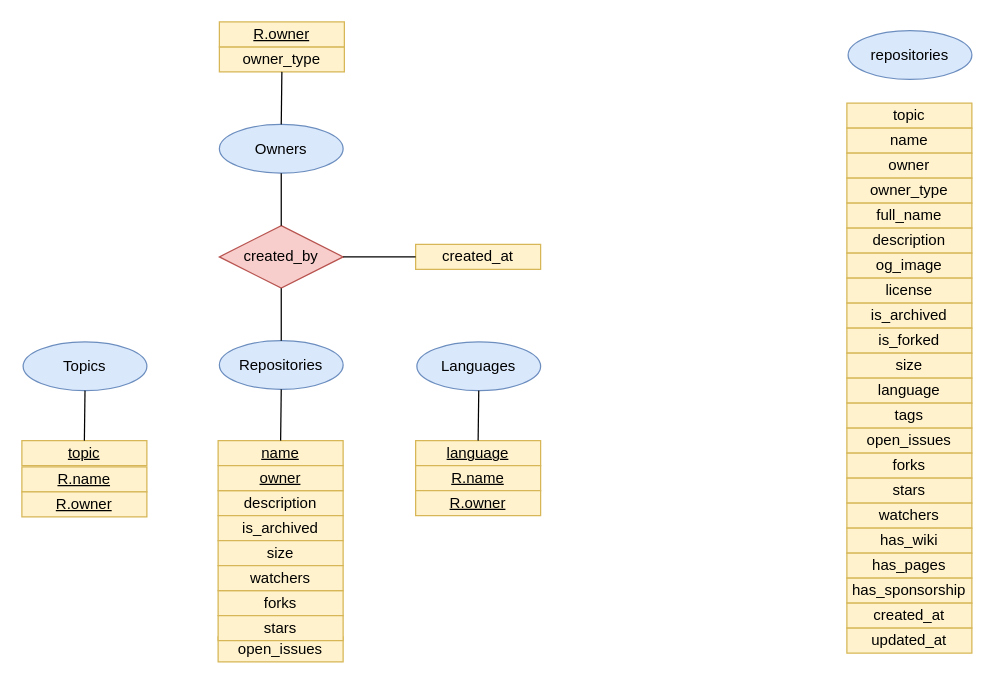
Before: er_model/ER.drawio in diegoalonso-sm/database-final-project, a draw.io diagram. Source tidied: cells renumbered, new cells numbered last; positions are measured from the earlier drawing's top-left corner, leaving out a move shared by most shapes. Both pictures are drawn from the tidied source at 125%, with x=0, y=0 at pixel (21, 21).
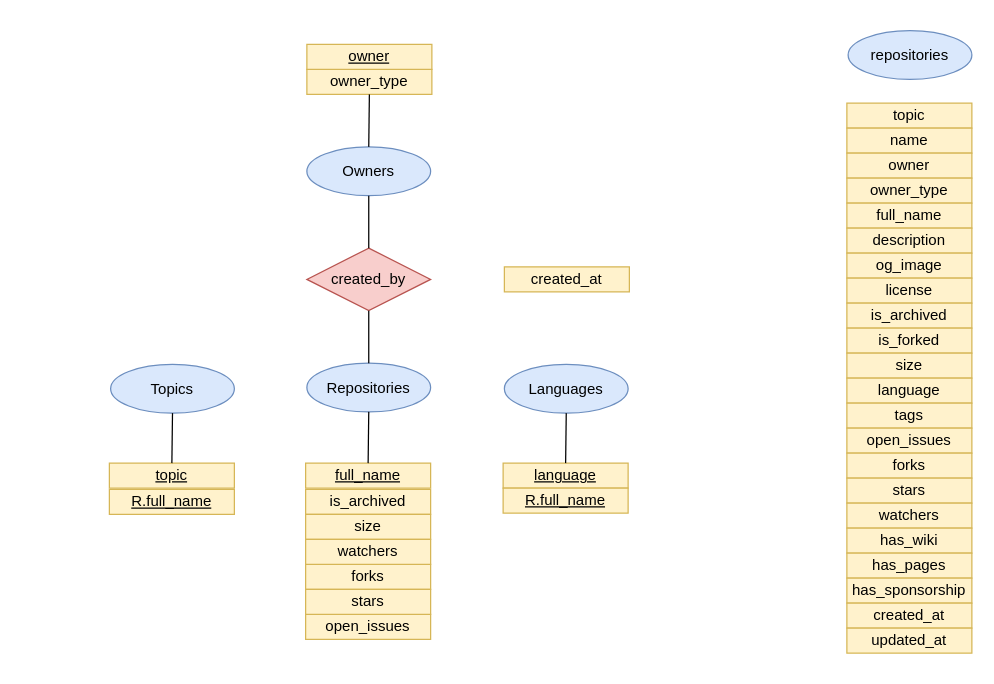
After the change.

The edit, as a diff of the source:
```diff
@@
     <mxCell id="24" value="owner_type" style="rounded=0;whiteSpace=wrap;html=1;fillColor=#fff2cc;strokeColor=#d6b656;" parent="1" vertex="1">
-      <mxGeometry x="158" y="20" width="100" height="20" as="geometry" />
+      <mxGeometry x="228" y="38" width="100" height="20" as="geometry" />
     </mxCell>
-    <mxCell id="25" value="description" style="rounded=0;whiteSpace=wrap;html=1;fillColor=#fff2cc;strokeColor=#d6b656;" parent="1" vertex="1">
-      <mxGeometry x="157" y="375" width="100" height="20" as="geometry" />
-    </mxCell>
     <mxCell id="26" value="is_archived" style="rounded=0;whiteSpace=wrap;html=1;fillColor=#fff2cc;strokeColor=#d6b656;" parent="1" vertex="1">
-      <mxGeometry x="157" y="395" width="100" height="20" as="geometry" />
+      <mxGeometry x="227" y="374" width="100" height="20" as="geometry" />
     </mxCell>
     <mxCell id="27" value="size" style="rounded=0;whiteSpace=wrap;html=1;fillColor=#fff2cc;strokeColor=#d6b656;" parent="1" vertex="1">
-      <mxGeometry x="157" y="415" width="100" height="20" as="geometry" />
+      <mxGeometry x="227" y="394" width="100" height="20" as="geometry" />
     </mxCell>
     <mxCell id="28" value="open_issues" style="rounded=0;whiteSpace=wrap;html=1;fillColor=#fff2cc;strokeColor=#d6b656;" parent="1" vertex="1">
-      <mxGeometry x="157" y="492" width="100" height="20" as="geometry" />
+      <mxGeometry x="227" y="474" width="100" height="20" as="geometry" />
     </mxCell>
     <mxCell id="29" value="forks" style="rounded=0;whiteSpace=wrap;html=1;fillColor=#fff2cc;strokeColor=#d6b656;" parent="1" vertex="1">
-      <mxGeometry x="157" y="455" width="100" height="20" as="geometry" />
+      <mxGeometry x="227" y="434" width="100" height="20" as="geometry" />
     </mxCell>
     <mxCell id="30" value="stars" style="rounded=0;whiteSpace=wrap;html=1;fillColor=#fff2cc;strokeColor=#d6b656;" parent="1" vertex="1">
-      <mxGeometry x="157" y="475" width="100" height="20" as="geometry" />
+      <mxGeometry x="227" y="454" width="100" height="20" as="geometry" />
     </mxCell>
     <mxCell id="31" value="watchers" style="rounded=0;whiteSpace=wrap;html=1;fillColor=#fff2cc;strokeColor=#d6b656;" parent="1" vertex="1">
-      <mxGeometry x="157" y="435" width="100" height="20" as="geometry" />
+      <mxGeometry x="227" y="414" width="100" height="20" as="geometry" />
     </mxCell>
     <mxCell id="32" value="created_at" style="rounded=0;whiteSpace=wrap;html=1;fillColor=#fff2cc;strokeColor=#d6b656;" parent="1" vertex="1">
-      <mxGeometry x="315" y="178" width="100" height="20" as="geometry" />
+      <mxGeometry x="386" y="196" width="100" height="20" as="geometry" />
     </mxCell>
     <mxCell id="33" value="Repositories" style="ellipse;whiteSpace=wrap;html=1;fillColor=#dae8fc;strokeColor=#6c8ebf;" parent="1" vertex="1">
-      <mxGeometry x="158" y="255" width="99" height="39" as="geometry" />
+      <mxGeometry x="228" y="273" width="99" height="39" as="geometry" />
     </mxCell>
-    <mxCell id="34" value="&lt;u&gt;name&lt;/u&gt;" style="rounded=0;whiteSpace=wrap;html=1;fillColor=#fff2cc;strokeColor=#d6b656;" parent="1" vertex="1">
-      <mxGeometry x="157" y="335" width="100" height="20" as="geometry" />
+    <mxCell id="34" value="&lt;u&gt;full_name&lt;/u&gt;" style="rounded=0;whiteSpace=wrap;html=1;fillColor=#fff2cc;strokeColor=#d6b656;" parent="1" vertex="1">
+      <mxGeometry x="227" y="353" width="100" height="20" as="geometry" />
     </mxCell>
@@
     <mxCell id="36" value="Owners" style="ellipse;whiteSpace=wrap;html=1;fillColor=#dae8fc;strokeColor=#6c8ebf;" parent="1" vertex="1">
-      <mxGeometry x="158" y="82" width="99" height="39" as="geometry" />
+      <mxGeometry x="228" y="100" width="99" height="39" as="geometry" />
     </mxCell>
-    <mxCell id="37" value="&lt;u&gt;R.owner&lt;/u&gt;" style="rounded=0;whiteSpace=wrap;html=1;fillColor=#fff2cc;strokeColor=#d6b656;" parent="1" vertex="1">
-      <mxGeometry x="158" width="100" height="20" as="geometry" />
+    <mxCell id="37" value="&lt;u&gt;owner&lt;/u&gt;" style="rounded=0;whiteSpace=wrap;html=1;fillColor=#fff2cc;strokeColor=#d6b656;" parent="1" vertex="1">
+      <mxGeometry x="228" y="18" width="100" height="20" as="geometry" />
     </mxCell>
     <mxCell id="38" value="Topics" style="ellipse;whiteSpace=wrap;html=1;fillColor=#dae8fc;strokeColor=#6c8ebf;" parent="1" vertex="1">
-      <mxGeometry x="1" y="256" width="99" height="39" as="geometry" />
+      <mxGeometry x="71" y="274" width="99" height="39" as="geometry" />
     </mxCell>
     <mxCell id="39" value="&lt;u&gt;topic&lt;/u&gt;" style="rounded=0;whiteSpace=wrap;html=1;fillColor=#fff2cc;strokeColor=#d6b656;" parent="1" vertex="1">
-      <mxGeometry y="335" width="100" height="20" as="geometry" />
+      <mxGeometry x="70" y="353" width="100" height="20" as="geometry" />
     </mxCell>
     <mxCell id="40" value="Languages" style="ellipse;whiteSpace=wrap;html=1;fillColor=#dae8fc;strokeColor=#6c8ebf;" parent="1" vertex="1">
-      <mxGeometry x="316" y="256" width="99" height="39" as="geometry" />
+      <mxGeometry x="386" y="274" width="99" height="39" as="geometry" />
     </mxCell>
     <mxCell id="41" value="&lt;u&gt;language&lt;/u&gt;" style="rounded=0;whiteSpace=wrap;html=1;fillColor=#fff2cc;strokeColor=#d6b656;" parent="1" vertex="1">
-      <mxGeometry x="315" y="335" width="100" height="20" as="geometry" />
+      <mxGeometry x="385" y="353" width="100" height="20" as="geometry" />
     </mxCell>
@@
     <mxCell id="45" value="created_by" style="rhombus;whiteSpace=wrap;html=1;fillColor=#f8cecc;strokeColor=#b85450;" parent="1" vertex="1">
-      <mxGeometry x="158" y="163" width="99" height="50" as="geometry" />
+      <mxGeometry x="228" y="181" width="99" height="50" as="geometry" />
     </mxCell>
@@
-    <mxCell id="48" style="endArrow=none;html=1;rounded=0;entryX=0;entryY=0.5;entryDx=0;entryDy=0;exitX=1;exitY=0.5;exitDx=0;exitDy=0;" parent="1" edge="1" source="45" target="32">
-      <mxGeometry relative="1" as="geometry" />
-    </mxCell>
@@
-    <mxCell id="50" value="&lt;u&gt;owner&lt;/u&gt;" style="rounded=0;whiteSpace=wrap;html=1;fillColor=#fff2cc;strokeColor=#d6b656;" parent="1" vertex="1">
-      <mxGeometry x="157" y="355" width="100" height="20" as="geometry" />
-    </mxCell>
-    <mxCell id="51" value="&lt;u&gt;R.name&lt;/u&gt;" style="rounded=0;whiteSpace=wrap;html=1;fillColor=#fff2cc;strokeColor=#d6b656;" parent="1" vertex="1">
-      <mxGeometry y="356" width="100" height="20" as="geometry" />
+    <mxCell id="51" value="&lt;u&gt;R.full_name&lt;/u&gt;" style="rounded=0;whiteSpace=wrap;html=1;fillColor=#fff2cc;strokeColor=#d6b656;" parent="1" vertex="1">
+      <mxGeometry x="70" y="374" width="100" height="20" as="geometry" />
     </mxCell>
-    <mxCell id="52" value="&lt;u&gt;R.owner&lt;/u&gt;" style="rounded=0;whiteSpace=wrap;html=1;fillColor=#fff2cc;strokeColor=#d6b656;" parent="1" vertex="1">
-      <mxGeometry y="376" width="100" height="20" as="geometry" />
-    </mxCell>
-    <mxCell id="53" value="&lt;u&gt;R.name&lt;/u&gt;" style="rounded=0;whiteSpace=wrap;html=1;fillColor=#fff2cc;strokeColor=#d6b656;" parent="1" vertex="1">
-      <mxGeometry x="315" y="355" width="100" height="20" as="geometry" />
+    <mxCell id="53" value="&lt;u&gt;R.full_name&lt;/u&gt;" style="rounded=0;whiteSpace=wrap;html=1;fillColor=#fff2cc;strokeColor=#d6b656;" parent="1" vertex="1">
+      <mxGeometry x="385" y="373" width="100" height="20" as="geometry" />
     </mxCell>
-    <mxCell id="54" value="&lt;u&gt;R.owner&lt;/u&gt;" style="rounded=0;whiteSpace=wrap;html=1;fillColor=#fff2cc;strokeColor=#d6b656;" parent="1" vertex="1">
-      <mxGeometry x="315" y="375" width="100" height="20" as="geometry" />
-    </mxCell>
```
